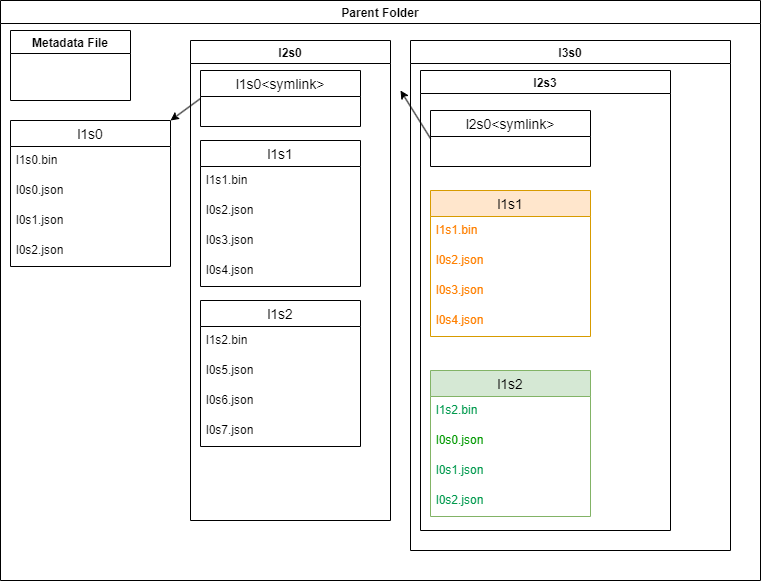
adligo/papers.adligo.com keeps this draw.io diagram as data_structures/zigguratDiskStructures/ZigguratPhysicalLevel0-3Hybrid.drawio.png. Above is the earlier version. Source tidied: cells renumbered, new cells last; positions are measured from the earlier drawing's top-left corner, leaving out a move shared by most shapes.
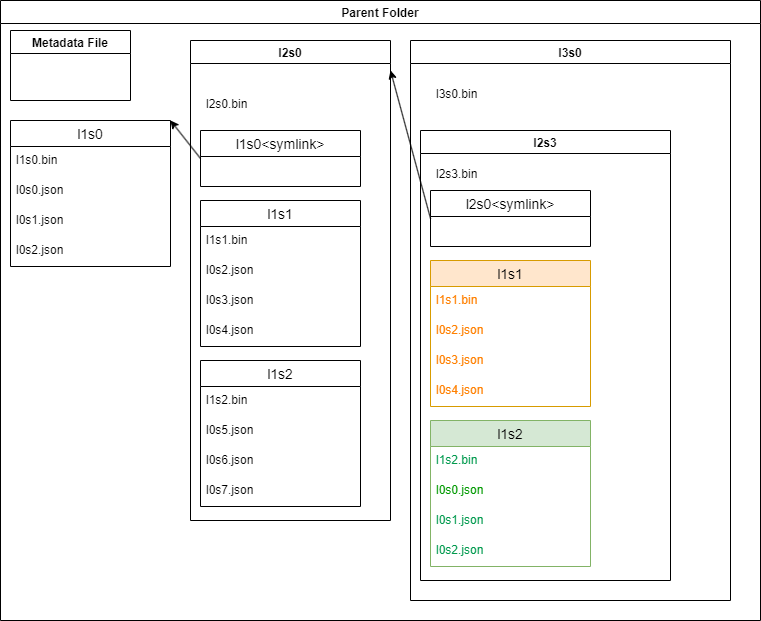
The same diagram one commit later.

Change to the diagram source:
```diff
@@ -3,7 +3,7 @@
     <mxCell id="0" />
     <mxCell id="1" parent="0" />
     <mxCell id="2" value="Parent Folder" style="swimlane;" parent="1" vertex="1">
-      <mxGeometry width="760" height="580" as="geometry" />
+      <mxGeometry width="760" height="620" as="geometry" />
     </mxCell>
     <mxCell id="3" value="Metadata File" style="swimlane;" parent="2" vertex="1">
       <mxGeometry x="10" y="30" width="120" height="70" as="geometry" />
@@ -27,7 +27,7 @@
       <mxGeometry x="190" y="40" width="200" height="480" as="geometry" />
     </mxCell>
     <mxCell id="10" value="l1s1" style="swimlane;fontStyle=0;horizontal=1;startSize=26;align=center;fontSize=14;" parent="9" vertex="1">
-      <mxGeometry x="10" y="100" width="160" height="146" as="geometry" />
+      <mxGeometry x="10" y="160" width="160" height="146" as="geometry" />
     </mxCell>
     <mxCell id="11" value="l1s1.bin" style="text;strokeColor=none;fillColor=none;spacingLeft=4;spacingRight=4;overflow=hidden;fontSize=12;whiteSpace=wrap;html=1;" parent="10" vertex="1">
       <mxGeometry y="26" width="160" height="30" as="geometry" />
@@ -42,7 +42,7 @@
       <mxGeometry y="116" width="160" height="30" as="geometry" />
     </mxCell>
     <mxCell id="15" value="l1s2" style="swimlane;fontStyle=0;horizontal=1;startSize=26;align=center;fontSize=14;" parent="9" vertex="1">
-      <mxGeometry x="10" y="260" width="160" height="146" as="geometry" />
+      <mxGeometry x="10" y="320" width="160" height="146" as="geometry" />
     </mxCell>
     <mxCell id="16" value="l1s2.bin" style="text;strokeColor=none;fillColor=none;spacingLeft=4;spacingRight=4;overflow=hidden;fontSize=12;whiteSpace=wrap;html=1;" parent="15" vertex="1">
       <mxGeometry y="26" width="160" height="30" as="geometry" />
@@ -57,16 +57,19 @@
       <mxGeometry y="116" width="160" height="30" as="geometry" />
     </mxCell>
     <mxCell id="20" value="l1s0&lt;symlink&gt;" style="swimlane;fontStyle=0;horizontal=1;startSize=26;align=center;fontSize=14;" parent="9" vertex="1">
-      <mxGeometry x="10" y="30" width="160" height="56" as="geometry" />
+      <mxGeometry x="10" y="90" width="160" height="56" as="geometry" />
     </mxCell>
+    <mxCell id="36" value="l2s0.bin" style="text;strokeColor=none;fillColor=none;spacingLeft=4;spacingRight=4;overflow=hidden;fontSize=12;whiteSpace=wrap;html=1;" parent="9" vertex="1">
+      <mxGeometry x="10" y="50" width="160" height="30" as="geometry" />
+    </mxCell>
     <mxCell id="21" value="l3s0" style="swimlane;" parent="2" vertex="1">
-      <mxGeometry x="410" y="40" width="320" height="510" as="geometry" />
+      <mxGeometry x="410" y="40" width="320" height="560" as="geometry" />
     </mxCell>
     <mxCell id="22" value="l2s3" style="swimlane;" parent="21" vertex="1">
-      <mxGeometry x="10" y="30" width="250" height="460" as="geometry" />
+      <mxGeometry x="10" y="90" width="250" height="450" as="geometry" />
     </mxCell>
     <mxCell id="23" value="l1s1" style="swimlane;fontStyle=0;horizontal=1;startSize=26;align=center;fontSize=14;fillColor=#ffe6cc;strokeColor=#d79b00;" parent="22" vertex="1">
-      <mxGeometry x="10" y="120" width="160" height="146" as="geometry" />
+      <mxGeometry x="10" y="130" width="160" height="146" as="geometry" />
     </mxCell>
     <mxCell id="24" value="l1s1.bin" style="text;strokeColor=none;fillColor=none;spacingLeft=4;spacingRight=4;overflow=hidden;fontSize=12;whiteSpace=wrap;html=1;fontColor=#FF8000;" parent="23" vertex="1">
       <mxGeometry y="26" width="160" height="30" as="geometry" />
@@ -81,7 +84,7 @@
       <mxGeometry y="116" width="160" height="30" as="geometry" />
     </mxCell>
     <mxCell id="28" value="l1s2" style="swimlane;fontStyle=0;horizontal=1;startSize=26;align=center;fontSize=14;fillColor=#d5e8d4;strokeColor=#82b366;" parent="22" vertex="1">
-      <mxGeometry x="10" y="300" width="160" height="146" as="geometry" />
+      <mxGeometry x="10" y="290" width="160" height="146" as="geometry" />
     </mxCell>
     <mxCell id="29" value="l1s2.bin" style="text;strokeColor=none;fillColor=none;spacingLeft=4;spacingRight=4;overflow=hidden;fontSize=12;whiteSpace=wrap;html=1;fontColor=#00994D;" parent="28" vertex="1">
       <mxGeometry y="26" width="160" height="30" as="geometry" />
@@ -96,14 +99,20 @@
       <mxGeometry y="116" width="160" height="30" as="geometry" />
     </mxCell>
     <mxCell id="33" value="l2s0&lt;symlink&gt;" style="swimlane;fontStyle=0;horizontal=1;startSize=26;align=center;fontSize=14;" parent="22" vertex="1">
-      <mxGeometry x="10" y="40" width="160" height="56" as="geometry" />
+      <mxGeometry x="10" y="60" width="160" height="56" as="geometry" />
     </mxCell>
+    <mxCell id="37" value="l2s3.bin" style="text;strokeColor=none;fillColor=none;spacingLeft=4;spacingRight=4;overflow=hidden;fontSize=12;whiteSpace=wrap;html=1;" parent="22" vertex="1">
+      <mxGeometry x="10" y="30" width="160" height="30" as="geometry" />
+    </mxCell>
+    <mxCell id="38" value="l3s0.bin" style="text;strokeColor=none;fillColor=none;spacingLeft=4;spacingRight=4;overflow=hidden;fontSize=12;whiteSpace=wrap;html=1;" parent="21" vertex="1">
+      <mxGeometry x="20" y="40" width="160" height="30" as="geometry" />
+    </mxCell>
     <mxCell id="34" style="endArrow=classic;html=1;rounded=0;entryX=1;entryY=0;entryDx=0;entryDy=0;exitX=0;exitY=0.5;exitDx=0;exitDy=0;" parent="2" edge="1" source="20" target="4">
       <mxGeometry relative="1" as="geometry" />
     </mxCell>
     <mxCell id="35" style="endArrow=classic;html=1;rounded=0;exitX=0;exitY=0.5;exitDx=0;exitDy=0;" parent="1" edge="1" source="33">
       <mxGeometry relative="1" as="geometry">
-        <mxPoint x="400" y="90" as="targetPoint" />
+        <mxPoint x="390" y="70" as="targetPoint" />
       </mxGeometry>
     </mxCell>
   </root>
```
